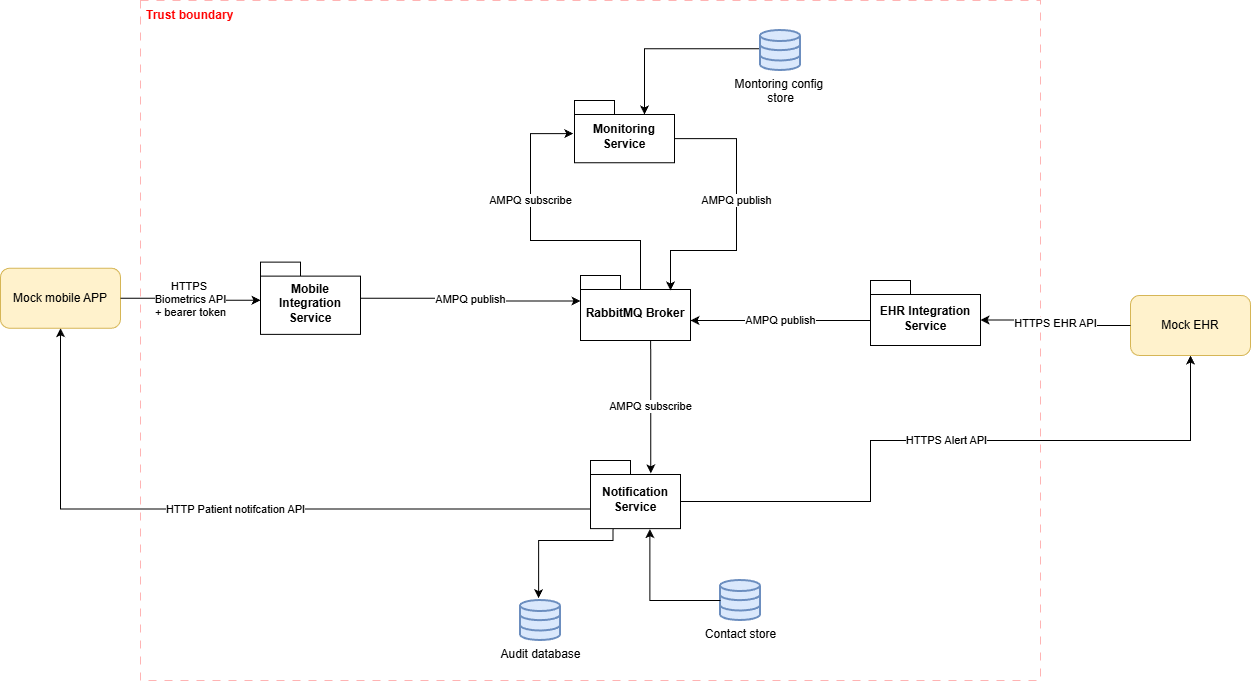
Above: docs/CC view.drawio.png in AlbertPerezB/CagHome (draw.io), before the change. Source tidied: cells renumbered, new cells last; positions are measured from the earlier drawing's top-left corner, leaving out a move shared by most shapes.
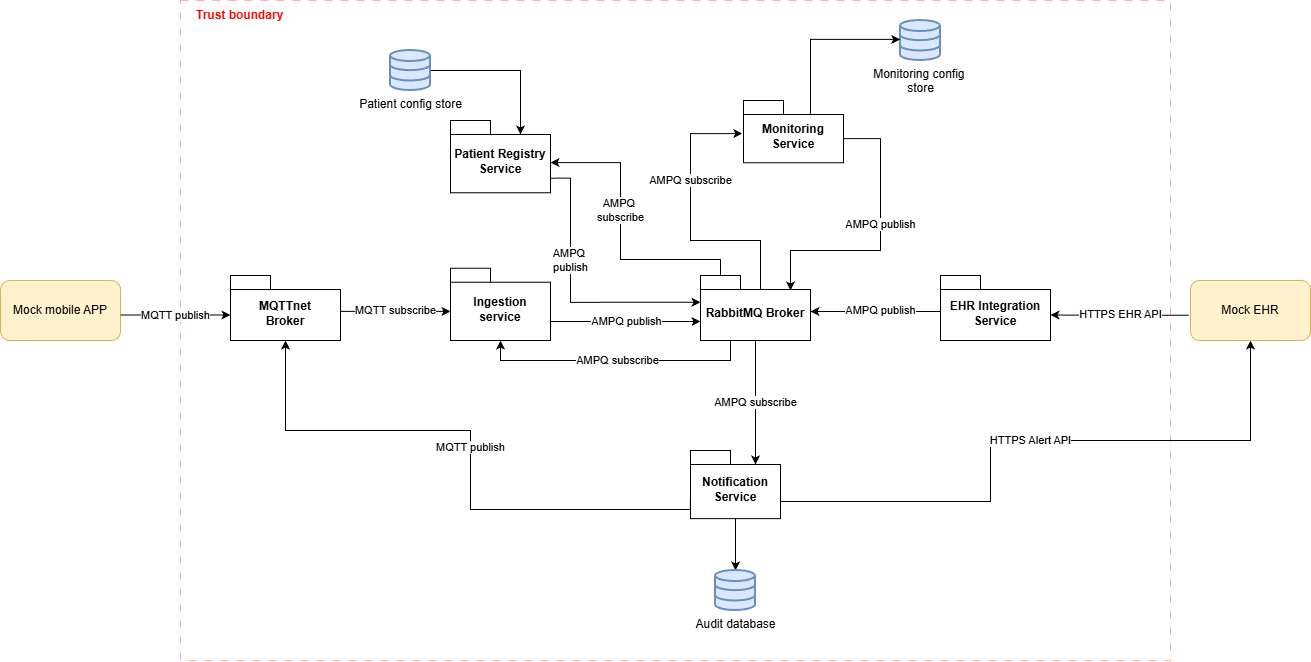
Above is the later version.

What changed in the source:
```diff
@@ -3,111 +3,164 @@
     <mxCell id="0" />
     <mxCell id="1" parent="0" />
     <mxCell id="2" style="rounded=0;whiteSpace=wrap;html=1;fillColor=none;strokeColor=#FF0000;shadow=0;glass=0;opacity=30;dashed=1;dashPattern=8 8;" parent="1" vertex="1">
-      <mxGeometry x="140" width="900" height="680" as="geometry" />
+      <mxGeometry x="60" width="990" height="660" as="geometry" />
     </mxCell>
-    <mxCell id="3" value="Mobile Integration Service" style="shape=folder;fontStyle=1;spacingTop=10;tabWidth=40;tabHeight=14;tabPosition=left;html=1;whiteSpace=wrap;" parent="1" vertex="1">
-      <mxGeometry x="260" y="261.6" width="100" height="72.2" as="geometry" />
+    <mxCell id="3" value="Ingestion service" style="shape=folder;fontStyle=1;spacingTop=10;tabWidth=40;tabHeight=14;tabPosition=left;html=1;whiteSpace=wrap;" parent="1" vertex="1">
+      <mxGeometry x="330" y="267.8" width="100" height="72.2" as="geometry" />
     </mxCell>
     <mxCell id="4" value="HTTPS Alert API" style="edgeStyle=orthogonalEdgeStyle;rounded=0;jettySize=auto;html=1;entryX=0.5;entryY=1;entryDx=0;entryDy=0;exitX=0;exitY=0;exitDx=90;exitDy=41.035;exitPerimeter=0;" parent="1" edge="1" source="5" target="14">
       <mxGeometry relative="1" as="geometry">
         <Array as="points">
           <mxPoint x="870" y="501" />
           <mxPoint x="870" y="440" />
-          <mxPoint x="1190" y="440" />
+          <mxPoint x="1130" y="440" />
         </Array>
       </mxGeometry>
     </mxCell>
+    <mxCell id="20" style="edgeStyle=orthogonalEdgeStyle;rounded=0;jettySize=auto;html=1;" parent="1" edge="1" source="5" target="19">
+      <mxGeometry relative="1" as="geometry" />
+    </mxCell>
     <mxCell id="5" value="Notification Service" style="shape=folder;fontStyle=1;spacingTop=10;tabWidth=40;tabHeight=14;tabPosition=left;html=1;whiteSpace=wrap;" parent="1" vertex="1">
-      <mxGeometry x="590" y="460" width="90" height="68.1" as="geometry" />
+      <mxGeometry x="570" y="450" width="90" height="68.1" as="geometry" />
     </mxCell>
     <mxCell id="6" value="RabbitMQ Broker" style="shape=folder;fontStyle=1;spacingTop=10;tabWidth=40;tabHeight=14;tabPosition=left;html=1;whiteSpace=wrap;" parent="1" vertex="1">
       <mxGeometry x="580" y="275" width="110" height="65" as="geometry" />
     </mxCell>
-    <mxCell id="7" value="&lt;span style=&quot;color: rgb(0, 0, 0); font-family: Helvetica; font-size: 11px; font-style: normal; font-variant-ligatures: normal; font-variant-caps: normal; font-weight: 400; letter-spacing: normal; orphans: 2; text-align: center; text-indent: 0px; text-transform: none; widows: 2; word-spacing: 0px; -webkit-text-stroke-width: 0px; white-space: nowrap; background-color: rgb(255, 255, 255); text-decoration-thickness: initial; text-decoration-style: initial; text-decoration-color: initial; display: inline !important; float: none;&quot;&gt;AMPQ publish&lt;/span&gt;" style="edgeStyle=orthogonalEdgeStyle;rounded=0;jettySize=auto;html=1;entryX=0;entryY=0;entryDx=0;entryDy=25.5;entryPerimeter=0;" parent="1" edge="1" source="3" target="6">
-      <mxGeometry relative="1" as="geometry" />
+    <mxCell id="7" value="&lt;span style=&quot;color: rgb(0, 0, 0); font-family: Helvetica; font-size: 11px; font-style: normal; font-variant-ligatures: normal; font-variant-caps: normal; font-weight: 400; letter-spacing: normal; orphans: 2; text-align: center; text-indent: 0px; text-transform: none; widows: 2; word-spacing: 0px; -webkit-text-stroke-width: 0px; white-space: nowrap; background-color: rgb(255, 255, 255); text-decoration-thickness: initial; text-decoration-style: initial; text-decoration-color: initial; display: inline !important; float: none;&quot;&gt;AMPQ publish&lt;/span&gt;" style="edgeStyle=orthogonalEdgeStyle;rounded=0;orthogonalLoop=1;jettySize=auto;html=1;" parent="1" edge="1">
+      <mxGeometry x="0.01" relative="1" as="geometry">
+        <mxPoint x="430" y="321" as="sourcePoint" />
+        <mxPoint x="580" y="321" as="targetPoint" />
+        <Array as="points">
+          <mxPoint x="580" y="321" />
+        </Array>
+      </mxGeometry>
     </mxCell>
-    <mxCell id="8" style="edgeStyle=orthogonalEdgeStyle;rounded=0;jettySize=auto;html=1;exitX=-0.017;exitY=0.456;exitDx=0;exitDy=0;exitPerimeter=0;entryX=0;entryY=0;entryDx=70;entryDy=14;entryPerimeter=0;" parent="1" edge="1" source="9" target="10">
+    <mxCell id="8" style="edgeStyle=orthogonalEdgeStyle;rounded=0;jettySize=auto;html=1;exitX=1;exitY=0.5;exitDx=0;exitDy=0;exitPerimeter=0;entryX=0;entryY=0;entryDx=70;entryDy=14;entryPerimeter=0;" parent="1" edge="1" source="9" target="26">
       <mxGeometry x="-0.27" y="2" relative="1" as="geometry" />
     </mxCell>
-    <mxCell id="9" value="Montoring config&amp;nbsp;&lt;div&gt;store&lt;/div&gt;&lt;div&gt;&lt;br&gt;&lt;/div&gt;" style="html=1;verticalLabelPosition=bottom;align=center;labelBackgroundColor=#ffffff;verticalAlign=top;strokeWidth=2;strokeColor=#6c8ebf;shadow=0;dashed=0;shape=mxgraph.ios7.icons.data;fillColor=#dae8fc;" parent="1" vertex="1">
-      <mxGeometry x="760" y="30" width="40" height="40" as="geometry" />
+    <mxCell id="9" value="Patient config store" style="html=1;verticalLabelPosition=bottom;align=center;labelBackgroundColor=#ffffff;verticalAlign=top;strokeWidth=2;strokeColor=#6c8ebf;shadow=0;dashed=0;shape=mxgraph.ios7.icons.data;fillColor=#dae8fc;" parent="1" vertex="1">
+      <mxGeometry x="270" y="50" width="40" height="40" as="geometry" />
     </mxCell>
     <mxCell id="10" value="Monitoring Service" style="shape=folder;fontStyle=1;spacingTop=10;tabWidth=40;tabHeight=14;tabPosition=left;html=1;whiteSpace=wrap;" parent="1" vertex="1">
-      <mxGeometry x="574" y="100" width="100" height="62.2" as="geometry" />
+      <mxGeometry x="623" y="100" width="100" height="62.2" as="geometry" />
     </mxCell>
     <mxCell id="11" value="AMPQ publish" style="edgeStyle=orthogonalEdgeStyle;rounded=0;jettySize=auto;html=1;exitX=0;exitY=0;exitDx=100;exitDy=38.125;exitPerimeter=0;" parent="1" edge="1" source="10">
       <mxGeometry x="-0.11" relative="1" as="geometry">
         <mxPoint x="670" y="290" as="targetPoint" />
         <Array as="points">
-          <mxPoint x="736" y="138" />
-          <mxPoint x="736" y="250" />
+          <mxPoint x="760" y="138" />
+          <mxPoint x="760" y="250" />
           <mxPoint x="670" y="250" />
         </Array>
       </mxGeometry>
     </mxCell>
-    <mxCell id="12" value="HTTP Patient notifcation API" style="edgeStyle=orthogonalEdgeStyle;rounded=0;jettySize=auto;html=1;exitX=-0.001;exitY=0.713;exitDx=0;exitDy=0;exitPerimeter=0;entryX=0.5;entryY=1;entryDx=0;entryDy=0;" parent="1" edge="1" source="5" target="13">
-      <mxGeometry relative="1" as="geometry" />
+    <mxCell id="12" value="MQTT publish" style="edgeStyle=orthogonalEdgeStyle;rounded=0;jettySize=auto;html=1;exitX=-0.001;exitY=0.713;exitDx=0;exitDy=0;exitPerimeter=0;entryX=0.5;entryY=1;entryDx=0;entryDy=0;entryPerimeter=0;" parent="1" edge="1" source="5" target="28">
+      <mxGeometry relative="1" as="geometry">
+        <Array as="points">
+          <mxPoint x="350" y="509" />
+          <mxPoint x="350" y="430" />
+          <mxPoint x="165" y="430" />
+        </Array>
+      </mxGeometry>
     </mxCell>
     <mxCell id="13" value="Mock mobile APP" style="rounded=1;whiteSpace=wrap;html=1;fillColor=#fff2cc;strokeColor=#d6b656;" parent="1" vertex="1">
-      <mxGeometry y="267.7" width="120" height="60" as="geometry" />
+      <mxGeometry x="-120" y="280" width="120" height="60" as="geometry" />
     </mxCell>
     <mxCell id="14" value="Mock EHR" style="rounded=1;whiteSpace=wrap;html=1;fillColor=#fff2cc;strokeColor=#d6b656;" parent="1" vertex="1">
-      <mxGeometry x="1130" y="295" width="120" height="60" as="geometry" />
+      <mxGeometry x="1070" y="280" width="120" height="60" as="geometry" />
     </mxCell>
-    <mxCell id="15" value="HTTPS&amp;nbsp;&lt;div&gt;Biometrics API&lt;/div&gt;&lt;div&gt;+ bearer token&lt;/div&gt;" style="edgeStyle=orthogonalEdgeStyle;rounded=0;jettySize=auto;html=1;entryX=0;entryY=0;entryDx=0;entryDy=38.125;entryPerimeter=0;" parent="1" edge="1" source="13" target="3">
-      <mxGeometry relative="1" as="geometry" />
+    <mxCell id="15" value="MQTT publish" style="edgeStyle=orthogonalEdgeStyle;rounded=0;jettySize=auto;html=1;entryX=0;entryY=0;entryDx=0;entryDy=39.5;entryPerimeter=0;" parent="1" edge="1" source="13" target="28">
+      <mxGeometry relative="1" as="geometry">
+        <Array as="points">
+          <mxPoint x="55" y="315" />
+        </Array>
+      </mxGeometry>
     </mxCell>
     <mxCell id="16" value="AMPQ subscribe" style="edgeStyle=orthogonalEdgeStyle;rounded=0;jettySize=auto;html=1;entryX=-0.012;entryY=0.532;entryDx=0;entryDy=0;entryPerimeter=0;" parent="1" edge="1" target="10">
       <mxGeometry x="0.29" relative="1" as="geometry">
         <mxPoint x="640" y="289" as="sourcePoint" />
         <Array as="points">
           <mxPoint x="640" y="240" />
-          <mxPoint x="530" y="240" />
-          <mxPoint x="530" y="133" />
+          <mxPoint x="570" y="240" />
+          <mxPoint x="570" y="133" />
         </Array>
       </mxGeometry>
     </mxCell>
-    <mxCell id="17" value="AMPQ subscribe" style="edgeStyle=orthogonalEdgeStyle;rounded=0;jettySize=auto;html=1;entryX=0.67;entryY=0.189;entryDx=0;entryDy=0;entryPerimeter=0;exitX=0.638;exitY=1.001;exitDx=0;exitDy=0;exitPerimeter=0;" parent="1" edge="1" source="6" target="5">
-      <mxGeometry relative="1" as="geometry">
-        <Array as="points">
-          <mxPoint x="650" y="340" />
-        </Array>
-      </mxGeometry>
-    </mxCell>
-    <mxCell id="18" value="Contact store" style="html=1;verticalLabelPosition=bottom;align=center;labelBackgroundColor=#ffffff;verticalAlign=top;strokeWidth=2;strokeColor=#6c8ebf;shadow=0;dashed=0;shape=mxgraph.ios7.icons.data;fillColor=#dae8fc;" parent="1" vertex="1">
-      <mxGeometry x="720" y="580" width="40" height="40" as="geometry" />
-    </mxCell>
     <mxCell id="19" value="Audit database" style="html=1;verticalLabelPosition=bottom;align=center;labelBackgroundColor=#ffffff;verticalAlign=top;strokeWidth=2;strokeColor=#6c8ebf;shadow=0;dashed=0;shape=mxgraph.ios7.icons.data;fillColor=#dae8fc;" parent="1" vertex="1">
-      <mxGeometry x="520" y="600" width="40" height="40" as="geometry" />
+      <mxGeometry x="595" y="570" width="40" height="40" as="geometry" />
     </mxCell>
-    <mxCell id="20" style="edgeStyle=orthogonalEdgeStyle;rounded=0;jettySize=auto;html=1;entryX=0.453;entryY=-0.058;entryDx=0;entryDy=0;entryPerimeter=0;exitX=0.25;exitY=1;exitDx=0;exitDy=0;exitPerimeter=0;" parent="1" edge="1" source="5" target="19">
-      <mxGeometry relative="1" as="geometry">
-        <Array as="points">
-          <mxPoint x="613" y="540" />
-          <mxPoint x="538" y="540" />
-        </Array>
-      </mxGeometry>
-    </mxCell>
     <mxCell id="21" value="EHR Integration Service" style="shape=folder;fontStyle=1;spacingTop=10;tabWidth=40;tabHeight=14;tabPosition=left;html=1;whiteSpace=wrap;" parent="1" vertex="1">
-      <mxGeometry x="870" y="280" width="110" height="65" as="geometry" />
+      <mxGeometry x="820" y="275" width="110" height="65" as="geometry" />
     </mxCell>
-    <mxCell id="22" value="HTTPS EHR API" style="edgeStyle=orthogonalEdgeStyle;rounded=0;jettySize=auto;html=1;entryX=0;entryY=0;entryDx=110;entryDy=39.5;entryPerimeter=0;" parent="1" edge="1" source="14" target="21">
-      <mxGeometry relative="1" as="geometry" />
+    <mxCell id="22" value="HTTPS EHR API" style="edgeStyle=orthogonalEdgeStyle;rounded=0;jettySize=auto;html=1;entryX=0;entryY=0;entryDx=110;entryDy=39.5;entryPerimeter=0;exitX=-0.015;exitY=0.579;exitDx=0;exitDy=0;exitPerimeter=0;" parent="1" edge="1" source="14" target="21">
+      <mxGeometry x="-0.01" relative="1" as="geometry" />
     </mxCell>
-    <mxCell id="23" value="AMPQ publish" style="edgeStyle=orthogonalEdgeStyle;rounded=0;jettySize=auto;html=1;" parent="1" edge="1" source="21">
-      <mxGeometry relative="1" as="geometry">
-        <mxPoint x="690" y="320" as="targetPoint" />
+    <mxCell id="23" value="AMPQ publish" style="edgeStyle=orthogonalEdgeStyle;rounded=0;orthogonalLoop=1;jettySize=auto;html=1;" parent="1" edge="1">
+      <mxGeometry x="-0.08" y="-1" relative="1" as="geometry">
+        <mxPoint x="820" y="311" as="sourcePoint" />
+        <mxPoint x="690" y="311" as="targetPoint" />
         <Array as="points">
-          <mxPoint x="750" y="320" />
-          <mxPoint x="750" y="320" />
+          <mxPoint x="760" y="311" />
+          <mxPoint x="760" y="311" />
         </Array>
       </mxGeometry>
     </mxCell>
-    <mxCell id="24" style="edgeStyle=orthogonalEdgeStyle;rounded=0;jettySize=auto;html=1;entryX=0.66;entryY=1.008;entryDx=0;entryDy=0;entryPerimeter=0;" parent="1" edge="1" source="18" target="5">
-      <mxGeometry relative="1" as="geometry" />
-    </mxCell>
     <mxCell id="25" value="&lt;b&gt;&lt;font style=&quot;color: rgb(255, 0, 0);&quot;&gt;Trust boundary&lt;/font&gt;&lt;/b&gt;" style="text;strokeColor=none;fillColor=none;align=left;verticalAlign=middle;spacingLeft=4;spacingRight=4;overflow=hidden;whiteSpace=wrap;html=1;fontColor=light-dark(#4eae4e, #ededed);" parent="1" vertex="1">
-      <mxGeometry x="140" width="120" height="30" as="geometry" />
+      <mxGeometry x="70" width="120" height="30" as="geometry" />
     </mxCell>
+    <mxCell id="26" value="Patient Registry Service" style="shape=folder;fontStyle=1;spacingTop=10;tabWidth=40;tabHeight=14;tabPosition=left;html=1;whiteSpace=wrap;" parent="1" vertex="1">
+      <mxGeometry x="330" y="120" width="100" height="72.2" as="geometry" />
+    </mxCell>
+    <mxCell id="27" value="AMPQ&amp;nbsp;&lt;div&gt;subscribe&lt;/div&gt;" style="edgeStyle=orthogonalEdgeStyle;rounded=0;jettySize=auto;html=1;entryX=0;entryY=0;entryDx=100;entryDy=43.125;entryPerimeter=0;exitX=0;exitY=0;exitDx=20;exitDy=0;exitPerimeter=0;" parent="1" edge="1" source="6">
+      <mxGeometry x="0.17" relative="1" as="geometry">
+        <mxPoint x="430" y="162.1" as="targetPoint" />
+        <Array as="points">
+          <mxPoint x="600" y="259" />
+          <mxPoint x="500" y="259" />
+          <mxPoint x="500" y="162" />
+        </Array>
+      </mxGeometry>
+    </mxCell>
+    <mxCell id="28" value="MQTTnet&lt;div&gt;Broker&lt;/div&gt;" style="shape=folder;fontStyle=1;spacingTop=10;tabWidth=40;tabHeight=14;tabPosition=left;html=1;whiteSpace=wrap;" parent="1" vertex="1">
+      <mxGeometry x="110" y="275" width="110" height="65" as="geometry" />
+    </mxCell>
+    <mxCell id="29" value="MQTT subscribe" style="edgeStyle=orthogonalEdgeStyle;rounded=0;jettySize=auto;html=1;entryX=0;entryY=0;entryDx=0;entryDy=43.125;entryPerimeter=0;" parent="1" edge="1" source="28" target="3">
+      <mxGeometry y="1" relative="1" as="geometry">
+        <Array as="points">
+          <mxPoint x="275" y="310" />
+        </Array>
+      </mxGeometry>
+    </mxCell>
+    <mxCell id="17" value="AMPQ subscribe" style="edgeStyle=orthogonalEdgeStyle;rounded=0;jettySize=auto;html=1;entryX=0;entryY=0;entryDx=65;entryDy=14;entryPerimeter=0;" parent="1" edge="1" source="6" target="5">
+      <mxGeometry relative="1" as="geometry" />
+    </mxCell>
+    <mxCell id="30" value="Monitoring config&amp;nbsp;&lt;div&gt;store&lt;/div&gt;" style="html=1;verticalLabelPosition=bottom;align=center;labelBackgroundColor=#ffffff;verticalAlign=top;strokeWidth=2;strokeColor=#6c8ebf;shadow=0;dashed=0;shape=mxgraph.ios7.icons.data;fillColor=#dae8fc;" parent="1" vertex="1">
+      <mxGeometry x="780" y="20" width="40" height="40" as="geometry" />
+    </mxCell>
+    <mxCell id="31" style="edgeStyle=orthogonalEdgeStyle;rounded=0;jettySize=auto;html=1;entryX=-0.005;entryY=0.473;entryDx=0;entryDy=0;entryPerimeter=0;exitX=0;exitY=0;exitDx=70;exitDy=14;exitPerimeter=0;" parent="1" edge="1" source="10" target="30">
+      <mxGeometry relative="1" as="geometry">
+        <Array as="points">
+          <mxPoint x="690" y="114" />
+          <mxPoint x="690" y="39" />
+        </Array>
+      </mxGeometry>
+    </mxCell>
+    <mxCell id="32" value="AMPQ&amp;nbsp;&lt;div&gt;publish&lt;/div&gt;" style="edgeStyle=orthogonalEdgeStyle;rounded=0;jettySize=auto;html=1;entryX=0;entryY=0;entryDx=0;entryDy=26.75;entryPerimeter=0;exitX=0;exitY=0;exitDx=100;exitDy=57.6875;exitPerimeter=0;" parent="1" edge="1" source="26" target="6">
+      <mxGeometry x="-0.25" relative="1" as="geometry">
+        <Array as="points">
+          <mxPoint x="450" y="178" />
+          <mxPoint x="450" y="302" />
+        </Array>
+      </mxGeometry>
+    </mxCell>
+    <mxCell id="33" value="AMPQ subscribe" style="edgeStyle=orthogonalEdgeStyle;rounded=0;jettySize=auto;html=1;entryX=0.5;entryY=1;entryDx=0;entryDy=0;entryPerimeter=0;exitX=0.25;exitY=1;exitDx=0;exitDy=0;exitPerimeter=0;" parent="1" edge="1" source="6" target="3">
+      <mxGeometry relative="1" as="geometry">
+        <Array as="points">
+          <mxPoint x="610" y="340" />
+          <mxPoint x="610" y="360" />
+          <mxPoint x="380" y="360" />
+        </Array>
+      </mxGeometry>
+    </mxCell>
   </root>
 </mxGraphModel>
```
